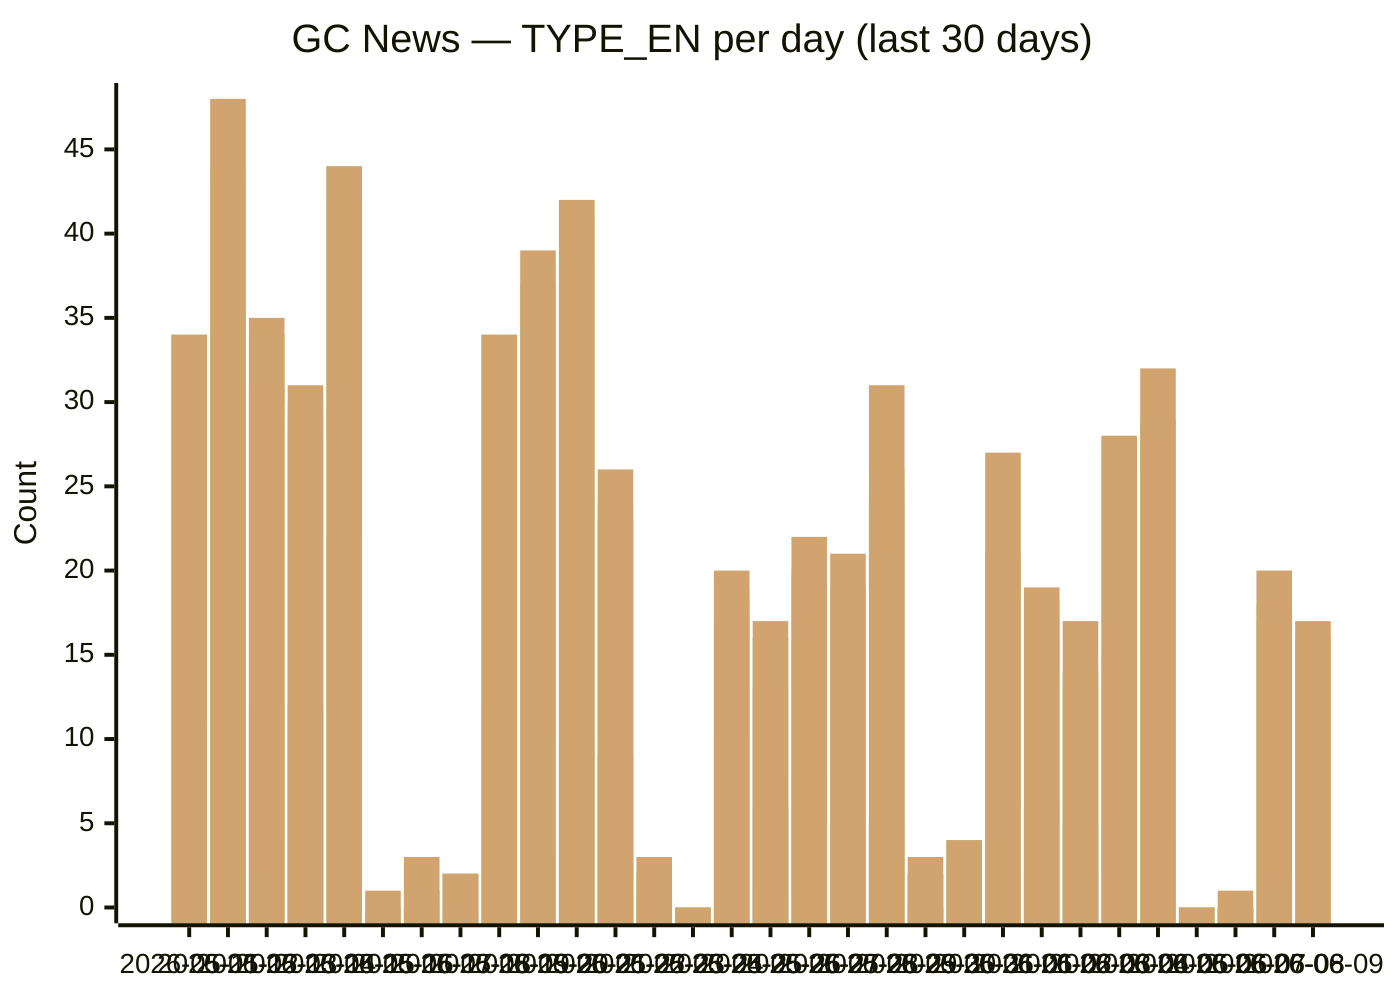
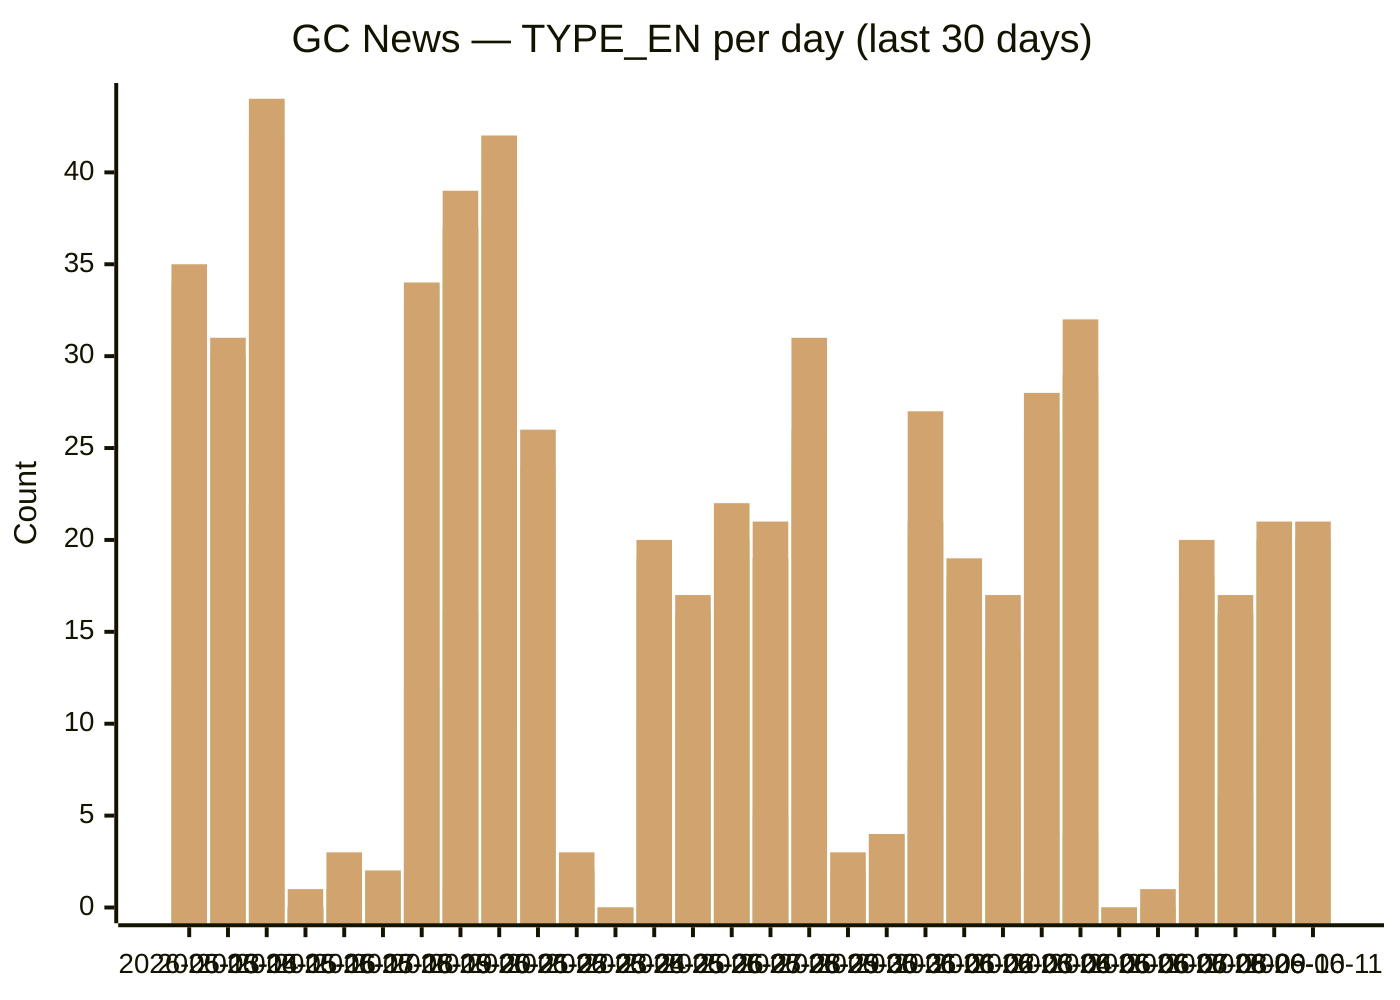
xychart-beta
  title "GC News — TYPE_EN per day (last 30 days)"
-   x-axis [2026-05-11, 2026-05-12, 2026-05-13, 2026-05-14, 2026-05-15, 2026-05-16, 2026-05-17, 2026-05-18, 2026-05-19, 2026-05-20, 2026-05-21, 2026-05-22, 2026-05-23, 2026-05-24, 2026-05-25, 2026-05-26, 2026-05-27, 2026-05-28, 2026-05-29, 2026-05-30, 2026-05-31, 2026-06-01, 2026-06-02, 2026-06-03, 2026-06-04, 2026-06-05, 2026-06-06, 2026-06-07, 2026-06-08, 2026-06-09]
-   y-axis "Count" 0 --> 48
-   bar backgrounders [2, 6, 2, 4, 5, 0, 0, 0, 1, 1, 3, 3, 0, 0, 6, 1, 4, 1, 1, 0, 0, 5, 2, 2, 2, 0, 0, 0, 0, 3]
-   bar "media advisories" [11, 18, 12, 12, 22, 0, 0, 2, 12, 16, 10, 9, 1, 0, 10, 6, 8, 5, 5, 0, 4, 8, 6, 5, 15, 4, 0, 0, 2, 6]
-   bar "news releases" [33, 43, 31, 28, 42, 0, 1, 2, 33, 37, 38, 23, 2, 0, 17, 13, 19, 19, 24, 2, 4, 20, 16, 13, 26, 28, 0, 0, 17, 16]
-   bar readouts [34, 43, 34, 29, 44, 0, 1, 2, 34, 37, 41, 23, 2, 0, 18, 16, 20, 19, 25, 2, 4, 21, 17, 14, 27, 29, 0, 0, 17, 16]
-   bar speeches [34, 44, 34, 30, 44, 0, 1, 2, 34, 37, 42, 24, 2, 0, 19, 16, 20, 19, 26, 2, 4, 21, 18, 14, 28, 29, 0, 0, 18, 16]
-   bar statements [34, 48, 35, 31, 44, 1, 3, 2, 34, 39, 42, 26, 3, 0, 20, 17, 22, 21, 31, 3, 4, 27, 19, 17, 28, 32, 0, 1, 20, 17]
+   x-axis [2026-05-13, 2026-05-14, 2026-05-15, 2026-05-16, 2026-05-17, 2026-05-18, 2026-05-19, 2026-05-20, 2026-05-21, 2026-05-22, 2026-05-23, 2026-05-24, 2026-05-25, 2026-05-26, 2026-05-27, 2026-05-28, 2026-05-29, 2026-05-30, 2026-05-31, 2026-06-01, 2026-06-02, 2026-06-03, 2026-06-04, 2026-06-05, 2026-06-06, 2026-06-07, 2026-06-08, 2026-06-09, 2026-06-10, 2026-06-11]
+   y-axis "Count" 0 --> 44
+   bar backgrounders [2, 4, 5, 0, 0, 0, 1, 1, 3, 3, 0, 0, 6, 1, 4, 1, 1, 0, 0, 5, 2, 2, 2, 0, 0, 0, 0, 3, 2, 0]
+   bar "media advisories" [12, 12, 22, 0, 0, 2, 12, 16, 10, 9, 1, 0, 10, 6, 8, 5, 5, 0, 4, 8, 6, 5, 15, 4, 0, 0, 2, 6, 9, 7]
+   bar "news releases" [31, 28, 42, 0, 1, 2, 33, 37, 38, 23, 2, 0, 17, 13, 19, 19, 24, 2, 4, 20, 16, 13, 26, 28, 0, 0, 17, 16, 18, 19]
+   bar readouts [34, 29, 44, 0, 1, 2, 34, 37, 41, 23, 2, 0, 18, 16, 20, 19, 25, 2, 4, 21, 17, 14, 27, 29, 0, 0, 17, 16, 20, 20]
+   bar speeches [34, 30, 44, 0, 1, 2, 34, 37, 42, 24, 2, 0, 19, 16, 20, 19, 26, 2, 4, 21, 18, 14, 28, 29, 0, 0, 18, 16, 20, 20]
+   bar statements [35, 31, 44, 1, 3, 2, 34, 39, 42, 26, 3, 0, 20, 17, 22, 21, 31, 3, 4, 27, 19, 17, 28, 32, 0, 1, 20, 17, 21, 21]
